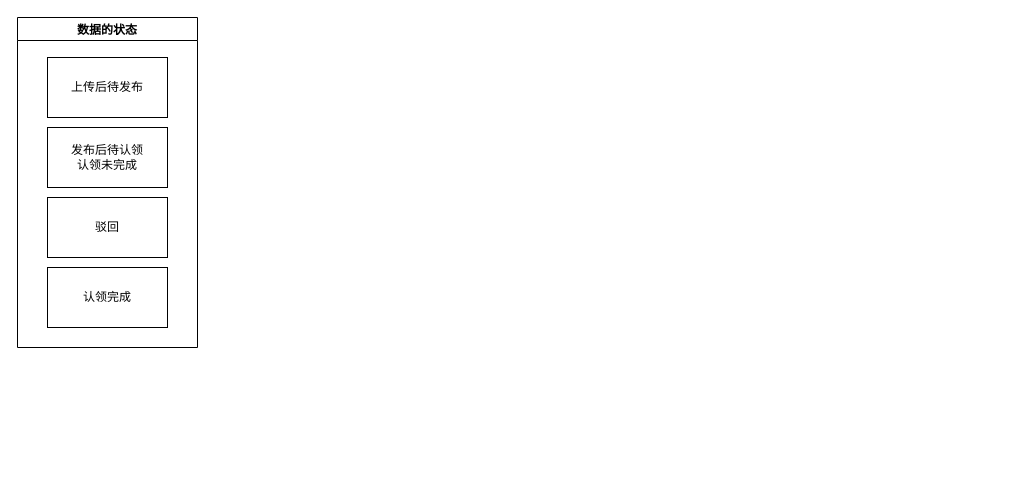
Before: 收款认领.drawio in alphaAE/Diagrams, a draw.io diagram. Source tidied: cells renumbered, new cells numbered last; positions are measured from the earlier drawing's top-left corner, leaving out a move shared by most shapes. Both pictures are drawn from the tidied source at 100%, with x=0, y=0 at pixel (17, 17).
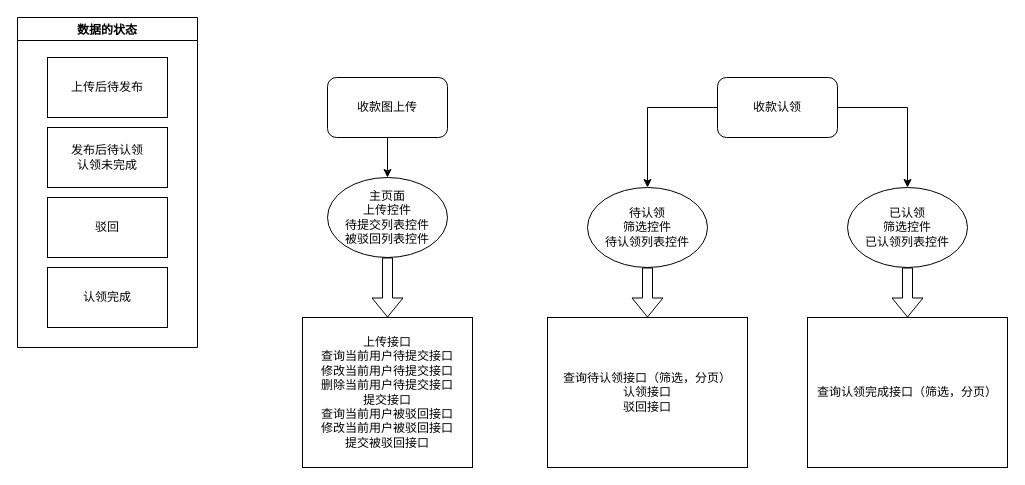
The same page after the edit.

Commit message (it also covers changes not shown here):
更新收款认领.drawio

What changed in the source:
```diff
@@
+    <mxCell id="7" style="edgeStyle=orthogonalEdgeStyle;rounded=0;jettySize=auto;html=1;" parent="1" edge="1" source="8" target="9">
+      <mxGeometry relative="1" as="geometry" />
+    </mxCell>
+    <mxCell id="8" value="收款图上传" style="rounded=1;whiteSpace=wrap;html=1;" parent="1" vertex="1">
+      <mxGeometry x="310" y="60" width="120" height="60" as="geometry" />
+    </mxCell>
+    <mxCell id="9" value="主页面&lt;br&gt;上传控件&lt;br&gt;待提交列表控件&lt;br&gt;被驳回列表控件" style="ellipse;whiteSpace=wrap;html=1;" parent="1" vertex="1">
+      <mxGeometry x="310" y="160" width="120" height="80" as="geometry" />
+    </mxCell>
+    <mxCell id="10" style="shape=flexArrow;endArrow=classic;html=1;rounded=0;exitX=0.5;exitY=1;exitDx=0;exitDy=0;" parent="1" edge="1" source="9" target="11">
+      <mxGeometry relative="1" as="geometry" />
+    </mxCell>
+    <mxCell id="11" value="上传接口&lt;br&gt;查询当前用户待提交接口&lt;br&gt;修改当前用户待提交接口&lt;br&gt;删除当前用户待提交接口&lt;br&gt;提交接口&lt;br&gt;查询当前用户被驳回接口&lt;br&gt;修改当前用户被驳回接口&lt;br&gt;提交被驳回接口" style="rounded=0;whiteSpace=wrap;html=1;" parent="1" vertex="1">
+      <mxGeometry x="285" y="300" width="170" height="150" as="geometry" />
+    </mxCell>
+    <mxCell id="12" style="edgeStyle=orthogonalEdgeStyle;rounded=0;jettySize=auto;html=1;" parent="1" edge="1" source="14" target="15">
+      <mxGeometry relative="1" as="geometry" />
+    </mxCell>
+    <mxCell id="13" style="edgeStyle=orthogonalEdgeStyle;rounded=0;jettySize=auto;html=1;entryX=0.5;entryY=0;entryDx=0;entryDy=0;" parent="1" edge="1" source="14" target="16">
+      <mxGeometry relative="1" as="geometry" />
+    </mxCell>
+    <mxCell id="14" value="收款认领" style="rounded=1;whiteSpace=wrap;html=1;" parent="1" vertex="1">
+      <mxGeometry x="700" y="60" width="120" height="60" as="geometry" />
+    </mxCell>
+    <mxCell id="15" value="待认领&lt;br&gt;筛选控件&lt;br&gt;待认领列表控件" style="ellipse;whiteSpace=wrap;html=1;" parent="1" vertex="1">
+      <mxGeometry x="570" y="170" width="120" height="80" as="geometry" />
+    </mxCell>
+    <mxCell id="16" value="已认领&lt;br&gt;筛选控件&lt;br&gt;已认领列表控件" style="ellipse;whiteSpace=wrap;html=1;" parent="1" vertex="1">
+      <mxGeometry x="830" y="170" width="120" height="80" as="geometry" />
+    </mxCell>
+    <mxCell id="17" style="shape=flexArrow;endArrow=classic;html=1;rounded=0;exitX=0.5;exitY=1;exitDx=0;exitDy=0;" parent="1" edge="1" source="15" target="18">
+      <mxGeometry relative="1" as="geometry" />
+    </mxCell>
+    <mxCell id="18" value="查询待认领接口（筛选，分页）&lt;br&gt;认领接口&lt;br&gt;驳回接口" style="rounded=0;whiteSpace=wrap;html=1;" parent="1" vertex="1">
+      <mxGeometry x="530" y="300" width="200" height="150" as="geometry" />
+    </mxCell>
+    <mxCell id="19" value="查询认领完成接口（筛选，分页）" style="rounded=0;whiteSpace=wrap;html=1;" parent="1" vertex="1">
+      <mxGeometry x="790" y="300" width="200" height="150" as="geometry" />
+    </mxCell>
+    <mxCell id="20" style="shape=flexArrow;endArrow=classic;html=1;rounded=0;exitX=0.5;exitY=1;exitDx=0;exitDy=0;" parent="1" edge="1" source="16" target="19">
+      <mxGeometry relative="1" as="geometry" />
+    </mxCell>
```
